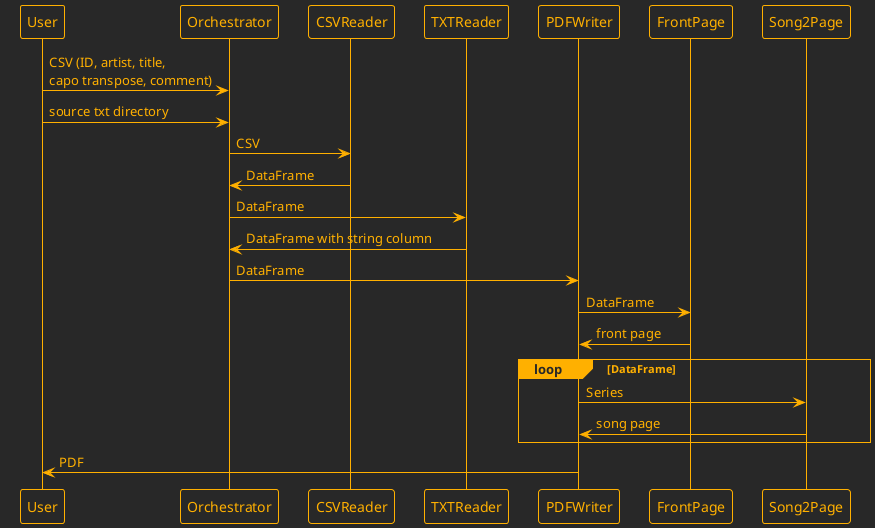
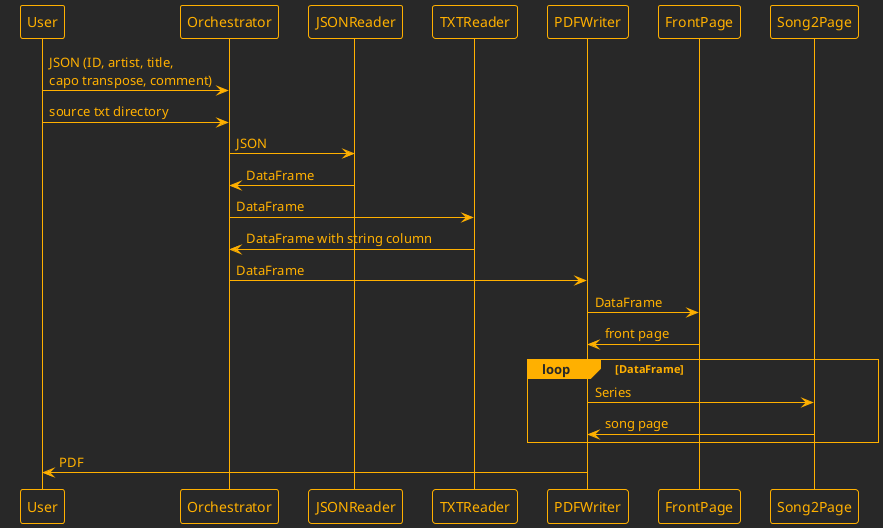
@startuml flow
!theme crt-amber

participant User
participant Orchestrator
- participant CSVReader
+ participant JSONReader
participant TXTReader
participant PDFWriter
participant FrontPage

- User         -> Orchestrator: CSV (ID, artist, title,\ncapo transpose, comment)
- User         -> Orchestrator: source txt directory
- Orchestrator -> CSVReader   : CSV
- CSVReader    -> Orchestrator: DataFrame
- Orchestrator -> TXTReader   : DataFrame
- TXTReader    -> Orchestrator: DataFrame with string column
- Orchestrator -> PDFWriter   : DataFrame
- PDFWriter    -> FrontPage   : DataFrame
- FrontPage    -> PDFWriter   : front page
+ User         -> Orchestrator : JSON (ID, artist, title,\ncapo transpose, comment)
+ User         -> Orchestrator : source txt directory
+ Orchestrator -> JSONReader   : JSON
+ JSONReader   -> Orchestrator : DataFrame
+ Orchestrator -> TXTReader    : DataFrame
+ TXTReader    -> Orchestrator : DataFrame with string column
+ Orchestrator -> PDFWriter    : DataFrame
+ PDFWriter    -> FrontPage    : DataFrame
+ FrontPage    -> PDFWriter    : front page
loop DataFrame
-     PDFWriter    -> Song2Page   : Series
-     Song2Page    -> PDFWriter   : song page
+     PDFWriter    -> Song2Page : Series
+     Song2Page    -> PDFWriter : song page
end
- PDFWriter    -> User        : PDF
+ PDFWriter    -> User : PDF

@enduml